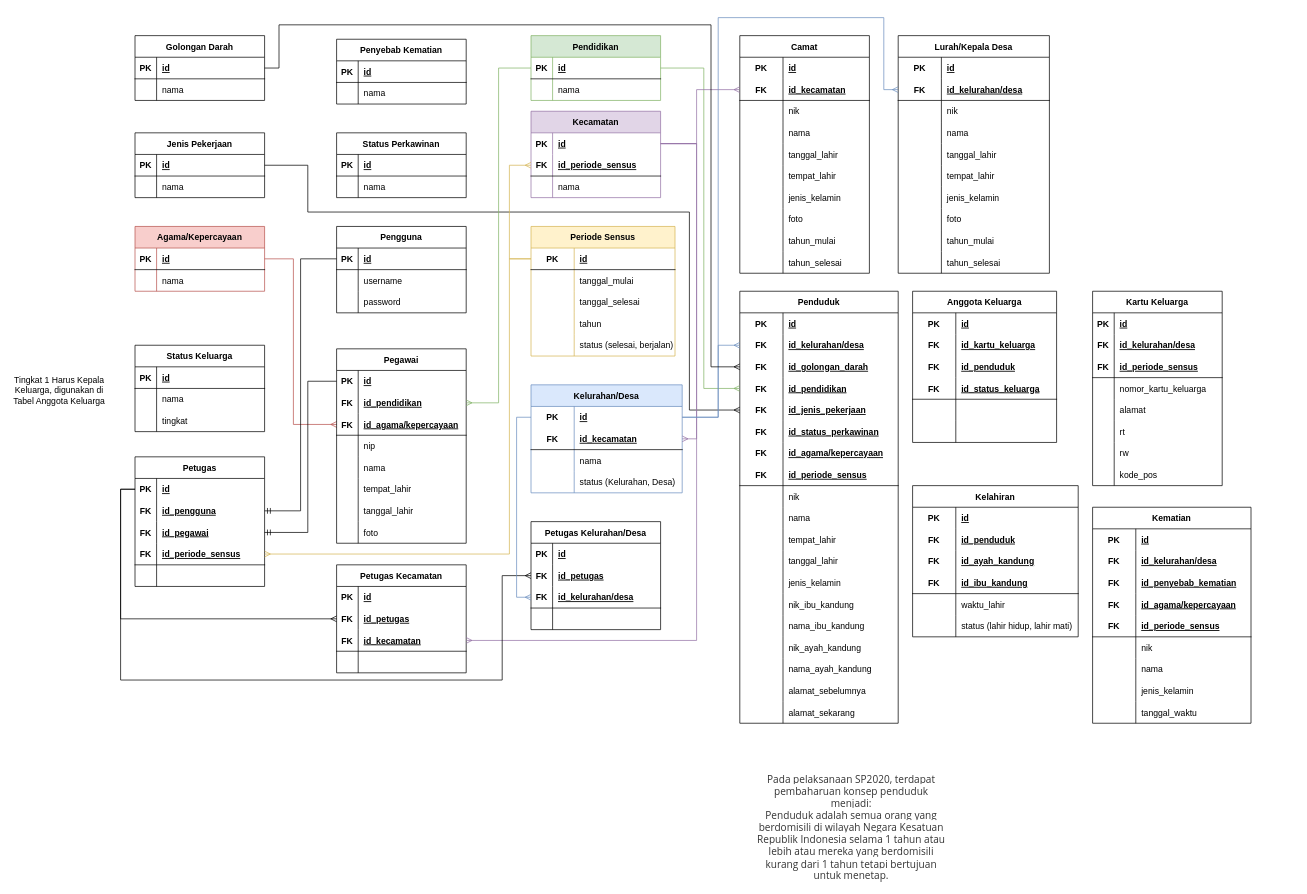
This is database/Database Schema.drawio from yafizh/SKRIPSI-Sensus-Penduduk-BPS-HSU, a draw.io file, before an edit. Source tidied: cells renumbered, new cells numbered last; positions are measured from the earlier drawing's top-left corner, leaving out a move shared by most shapes. Both pictures are drawn from the tidied source at 72%, with x=0, y=0 at pixel (12, 17).
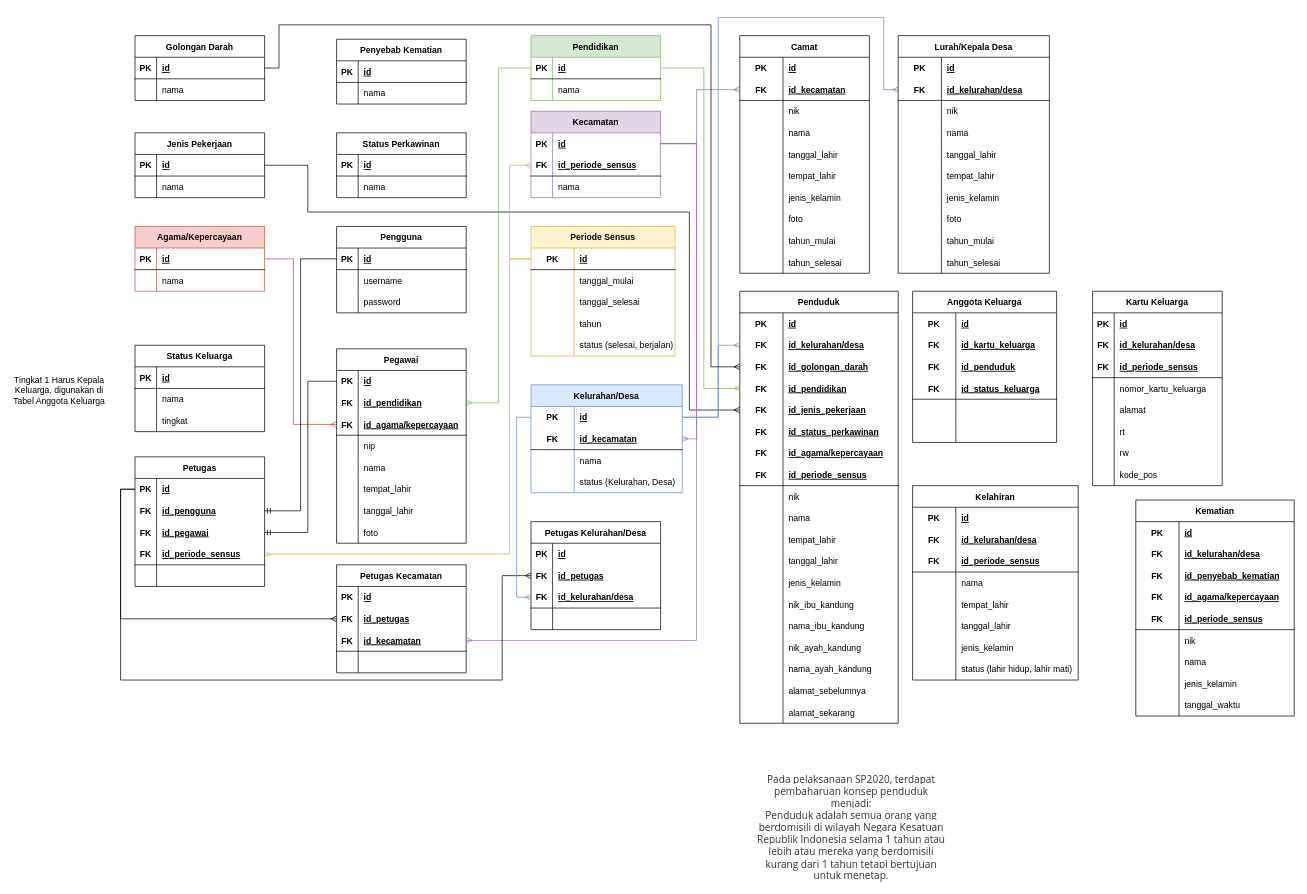
The same diagram, later.

Change to the diagram source:
```diff
@@
     <mxCell id="199" value="Kelahiran" style="shape=table;startSize=30;childLayout=tableLayout;rowLines=0;fontStyle=1;align=center;" parent="1" vertex="1">
-      <mxGeometry x="1250" y="650" width="230" height="210" as="geometry" />
+      <mxGeometry x="1250" y="650" width="230" height="270" as="geometry" />
     </mxCell>
@@
-    <mxCell id="203" style="shape=tableRow;horizontal=0;startSize=0;swimlaneHead=0;swimlaneBody=0;fillColor=none;top=0;left=0;right=0;bottom=0;" parent="199" vertex="1">
-      <mxGeometry y="60" width="230" height="30" as="geometry" />
-    </mxCell>
-    <mxCell id="204" value="FK" style="shape=partialRectangle;fillColor=none;top=0;left=0;bottom=0;right=0;fontStyle=1;overflow=hidden;" parent="203" vertex="1">
-      <mxGeometry width="60" height="30" as="geometry" />
-    </mxCell>
-    <mxCell id="205" value="id_penduduk" style="shape=partialRectangle;fillColor=none;top=0;left=0;bottom=0;right=0;align=left;spacingLeft=6;fontStyle=5;overflow=hidden;" parent="203" vertex="1">
-      <mxGeometry x="60" width="170" height="30" as="geometry" />
-    </mxCell>
     <mxCell id="206" style="shape=tableRow;horizontal=0;startSize=0;swimlaneHead=0;swimlaneBody=0;fillColor=none;top=0;left=0;right=0;bottom=0;" parent="199" vertex="1">
-      <mxGeometry y="90" width="230" height="30" as="geometry" />
+      <mxGeometry y="60" width="230" height="30" as="geometry" />
     </mxCell>
@@
-    <mxCell id="208" value="id_ayah_kandung" style="shape=partialRectangle;fillColor=none;top=0;left=0;bottom=0;right=0;align=left;spacingLeft=6;fontStyle=5;overflow=hidden;" parent="206" vertex="1">
+    <mxCell id="208" value="id_kelurahan/desa" style="shape=partialRectangle;fillColor=none;top=0;left=0;bottom=0;right=0;align=left;spacingLeft=6;fontStyle=5;overflow=hidden;" parent="206" vertex="1">
       <mxGeometry x="60" width="170" height="30" as="geometry" />
     </mxCell>
     <mxCell id="209" style="shape=tableRow;horizontal=0;startSize=0;swimlaneHead=0;swimlaneBody=0;fillColor=none;top=0;left=0;right=0;bottom=1;" parent="199" vertex="1">
-      <mxGeometry y="120" width="230" height="30" as="geometry" />
+      <mxGeometry y="90" width="230" height="30" as="geometry" />
     </mxCell>
@@
-    <mxCell id="211" value="id_ibu_kandung" style="shape=partialRectangle;fillColor=none;top=0;left=0;bottom=0;right=0;align=left;spacingLeft=6;fontStyle=5;overflow=hidden;" parent="209" vertex="1">
+    <mxCell id="211" value="id_periode_sensus" style="shape=partialRectangle;fillColor=none;top=0;left=0;bottom=0;right=0;align=left;spacingLeft=6;fontStyle=5;overflow=hidden;" parent="209" vertex="1">
       <mxGeometry x="60" width="170" height="30" as="geometry" />
     </mxCell>
     <mxCell id="212" style="shape=tableRow;horizontal=0;startSize=0;swimlaneHead=0;swimlaneBody=0;fillColor=none;top=0;left=0;right=0;bottom=0;" parent="199" vertex="1">
-      <mxGeometry y="150" width="230" height="30" as="geometry" />
+      <mxGeometry y="120" width="230" height="30" as="geometry" />
     </mxCell>
@@
-    <mxCell id="214" value="waktu_lahir" style="shape=partialRectangle;fillColor=none;top=0;left=0;bottom=0;right=0;align=left;spacingLeft=6;overflow=hidden;" parent="212" vertex="1">
+    <mxCell id="214" value="nama" style="shape=partialRectangle;fillColor=none;top=0;left=0;bottom=0;right=0;align=left;spacingLeft=6;overflow=hidden;" parent="212" vertex="1">
       <mxGeometry x="60" width="170" height="30" as="geometry" />
     </mxCell>
+    <mxCell id="400" style="shape=tableRow;horizontal=0;startSize=0;swimlaneHead=0;swimlaneBody=0;fillColor=none;top=0;left=0;right=0;bottom=0;" parent="199" vertex="1">
+      <mxGeometry y="150" width="230" height="30" as="geometry" />
+    </mxCell>
+    <mxCell id="401" style="shape=partialRectangle;fillColor=none;top=0;left=0;bottom=0;right=0;overflow=hidden;" parent="400" vertex="1">
+      <mxGeometry width="60" height="30" as="geometry" />
+    </mxCell>
+    <mxCell id="402" value="tempat_lahir" style="shape=partialRectangle;fillColor=none;top=0;left=0;bottom=0;right=0;align=left;spacingLeft=6;overflow=hidden;" parent="400" vertex="1">
+      <mxGeometry x="60" width="170" height="30" as="geometry" />
+    </mxCell>
+    <mxCell id="403" style="shape=tableRow;horizontal=0;startSize=0;swimlaneHead=0;swimlaneBody=0;fillColor=none;top=0;left=0;right=0;bottom=0;" parent="199" vertex="1">
+      <mxGeometry y="180" width="230" height="30" as="geometry" />
+    </mxCell>
+    <mxCell id="404" style="shape=partialRectangle;fillColor=none;top=0;left=0;bottom=0;right=0;overflow=hidden;" parent="403" vertex="1">
+      <mxGeometry width="60" height="30" as="geometry" />
+    </mxCell>
+    <mxCell id="405" value="tanggal_lahir" style="shape=partialRectangle;fillColor=none;top=0;left=0;bottom=0;right=0;align=left;spacingLeft=6;overflow=hidden;" parent="403" vertex="1">
+      <mxGeometry x="60" width="170" height="30" as="geometry" />
+    </mxCell>
+    <mxCell id="406" style="shape=tableRow;horizontal=0;startSize=0;swimlaneHead=0;swimlaneBody=0;fillColor=none;top=0;left=0;right=0;bottom=0;" parent="199" vertex="1">
+      <mxGeometry y="210" width="230" height="30" as="geometry" />
+    </mxCell>
+    <mxCell id="407" style="shape=partialRectangle;fillColor=none;top=0;left=0;bottom=0;right=0;overflow=hidden;" parent="406" vertex="1">
+      <mxGeometry width="60" height="30" as="geometry" />
+    </mxCell>
+    <mxCell id="408" value="jenis_kelamin" style="shape=partialRectangle;fillColor=none;top=0;left=0;bottom=0;right=0;align=left;spacingLeft=6;overflow=hidden;" parent="406" vertex="1">
+      <mxGeometry x="60" width="170" height="30" as="geometry" />
+    </mxCell>
     <mxCell id="215" style="shape=tableRow;horizontal=0;startSize=0;swimlaneHead=0;swimlaneBody=0;fillColor=none;top=0;left=0;right=0;bottom=0;" parent="199" vertex="1">
-      <mxGeometry y="180" width="230" height="30" as="geometry" />
+      <mxGeometry y="240" width="230" height="30" as="geometry" />
     </mxCell>
@@
     <mxCell id="264" value="Kematian" style="shape=table;startSize=30;childLayout=tableLayout;rowLines=0;fontStyle=1;align=center;" parent="1" vertex="1">
-      <mxGeometry x="1500" y="680" width="220" height="300" as="geometry" />
+      <mxGeometry x="1560" y="670" width="220" height="300" as="geometry" />
     </mxCell>
```
